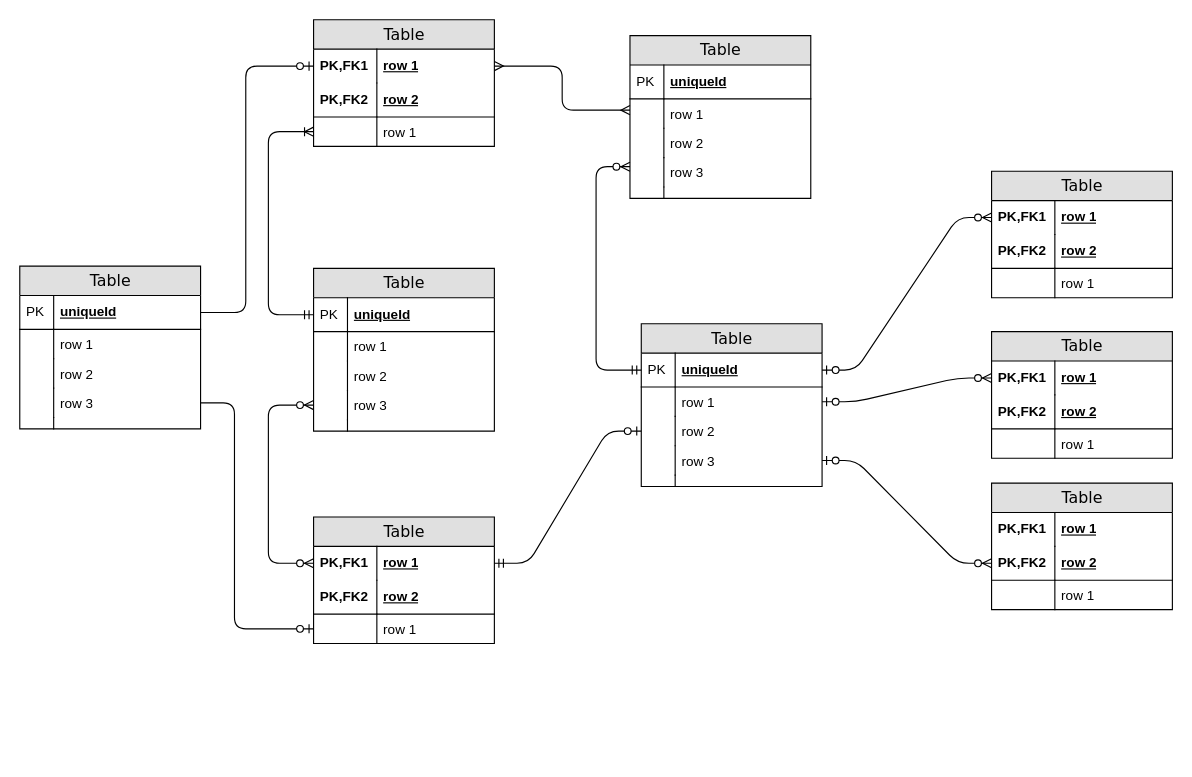
Earlier version of the draw.io diagram Untitled Diagram.drawio (powerless123/test). Source tidied: cells renumbered, new cells numbered last; positions are measured from the earlier drawing's top-left corner, leaving out a move shared by most shapes. Both pictures are drawn from the tidied source at 113%, with x=0, y=0 at pixel (19, 19).
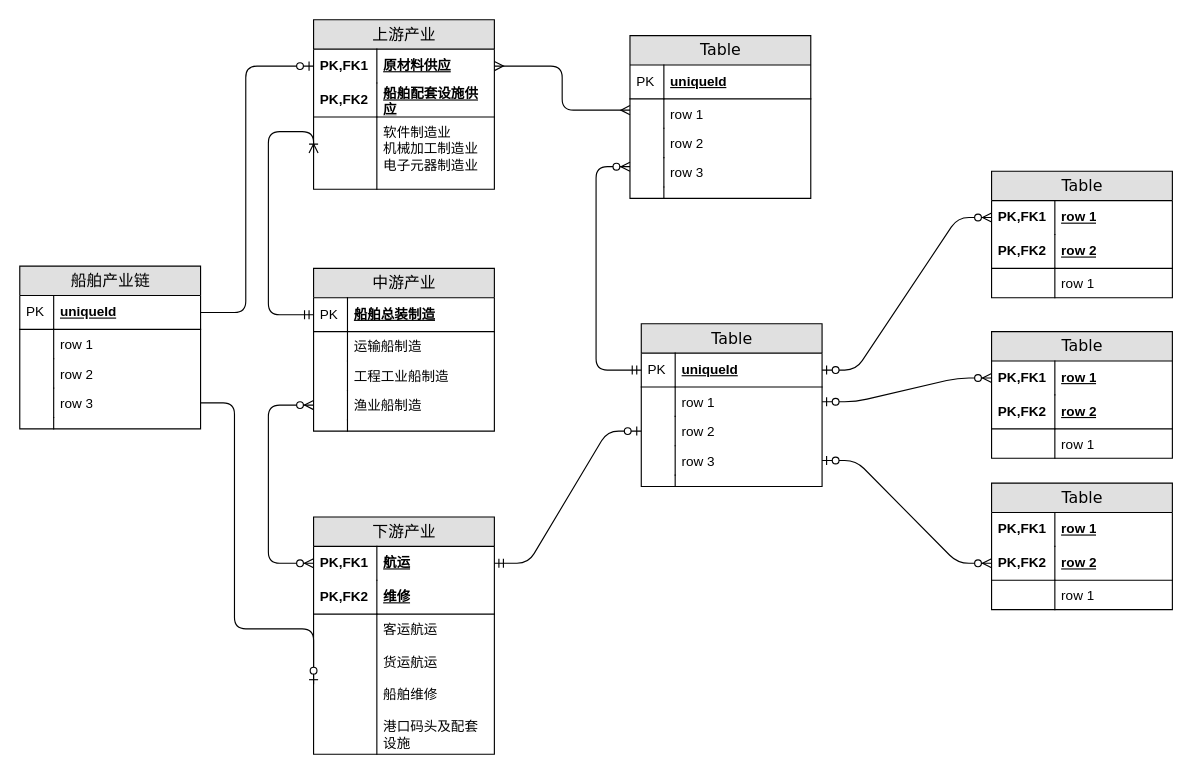
Above is the later version.

Change to the diagram source:
```diff
@@
-    <mxCell id="2" value="Table" style="swimlane;html=1;fontStyle=0;horizontal=1;startSize=26;fillColor=#e0e0e0;swimlaneFillColor=#ffffff;align=center;rounded=0;shadow=0;comic=0;labelBackgroundColor=none;strokeWidth=1;fontFamily=Verdana;fontSize=14;" parent="1" vertex="1">
-      <mxGeometry x="260" width="160" height="112" as="geometry" />
+    <mxCell id="2" value="上游产业" style="swimlane;html=1;fontStyle=0;horizontal=1;startSize=26;fillColor=#e0e0e0;swimlaneFillColor=#ffffff;align=center;rounded=0;shadow=0;comic=0;labelBackgroundColor=none;strokeWidth=1;fontFamily=Verdana;fontSize=14;" parent="1" vertex="1">
+      <mxGeometry x="260" width="160" height="150" as="geometry" />
     </mxCell>
-    <mxCell id="3" value="row 1" style="shape=partialRectangle;top=0;left=0;right=0;bottom=0;html=1;align=left;verticalAlign=middle;fillColor=none;spacingLeft=60;spacingRight=4;whiteSpace=wrap;overflow=hidden;points=[[0,0.5],[1,0.5]];portConstraint=eastwest;fontStyle=5;" parent="2" vertex="1">
+    <mxCell id="3" value="原材料供应" style="shape=partialRectangle;top=0;left=0;right=0;bottom=0;html=1;align=left;verticalAlign=middle;fillColor=none;spacingLeft=60;spacingRight=4;whiteSpace=wrap;overflow=hidden;points=[[0,0.5],[1,0.5]];portConstraint=eastwest;fontStyle=5;" parent="2" vertex="1">
       <mxGeometry y="26" width="160" height="30" as="geometry" />
     </mxCell>
@@
-    <mxCell id="5" value="row 2" style="shape=partialRectangle;top=0;left=0;right=0;bottom=1;html=1;align=left;verticalAlign=middle;fillColor=none;spacingLeft=60;spacingRight=4;whiteSpace=wrap;overflow=hidden;fontStyle=5;" parent="2" vertex="1">
+    <mxCell id="5" value="船舶配套设施供应" style="shape=partialRectangle;top=0;left=0;right=0;bottom=1;html=1;align=left;verticalAlign=middle;fillColor=none;spacingLeft=60;spacingRight=4;whiteSpace=wrap;overflow=hidden;fontStyle=5;" parent="2" vertex="1">
       <mxGeometry y="56" width="160" height="30" as="geometry" />
     </mxCell>
@@
-    <mxCell id="7" value="row 1" style="shape=partialRectangle;top=0;left=0;right=0;bottom=0;html=1;align=left;verticalAlign=top;fillColor=none;spacingLeft=60;spacingRight=4;whiteSpace=wrap;overflow=hidden;points=[[0,0.5],[1,0.5]];portConstraint=eastwest;" parent="2" vertex="1">
-      <mxGeometry y="86" width="160" height="26" as="geometry" />
+    <mxCell id="7" value="软件制造业&lt;br&gt;机械加工制造业&lt;br&gt;电子元器制造业" style="shape=partialRectangle;top=0;left=0;right=0;bottom=0;html=1;align=left;verticalAlign=top;fillColor=none;spacingLeft=60;spacingRight=4;whiteSpace=wrap;overflow=hidden;points=[[0,0.5],[1,0.5]];portConstraint=eastwest;" parent="2" vertex="1">
+      <mxGeometry y="86" width="160" height="64" as="geometry" />
     </mxCell>
     <mxCell id="8" style="shape=partialRectangle;top=0;left=0;bottom=0;html=1;fillColor=none;align=left;verticalAlign=top;spacingLeft=4;spacingRight=4;whiteSpace=wrap;overflow=hidden;" parent="7" vertex="1">
-      <mxGeometry width="56" height="26" as="geometry" />
+      <mxGeometry width="56" height="64" as="geometry" />
     </mxCell>
@@
-    <mxCell id="20" value="Table" style="swimlane;html=1;fontStyle=0;horizontal=1;startSize=26;fillColor=#e0e0e0;swimlaneFillColor=#ffffff;align=center;rounded=0;shadow=0;comic=0;labelBackgroundColor=none;strokeWidth=1;fontFamily=Verdana;fontSize=14;" parent="1" vertex="1">
+    <mxCell id="20" value="中游产业" style="swimlane;html=1;fontStyle=0;horizontal=1;startSize=26;fillColor=#e0e0e0;swimlaneFillColor=#ffffff;align=center;rounded=0;shadow=0;comic=0;labelBackgroundColor=none;strokeWidth=1;fontFamily=Verdana;fontSize=14;" parent="1" vertex="1">
       <mxGeometry x="260" y="220" width="160" height="144" as="geometry" />
     </mxCell>
-    <mxCell id="21" value="uniqueId" style="shape=partialRectangle;top=0;left=0;right=0;bottom=1;html=1;align=left;verticalAlign=middle;fillColor=none;spacingLeft=34;spacingRight=4;whiteSpace=wrap;overflow=hidden;points=[[0,0.5],[1,0.5]];portConstraint=eastwest;fontStyle=5;" parent="20" vertex="1">
+    <mxCell id="21" value="船舶总装制造" style="shape=partialRectangle;top=0;left=0;right=0;bottom=1;html=1;align=left;verticalAlign=middle;fillColor=none;spacingLeft=34;spacingRight=4;whiteSpace=wrap;overflow=hidden;points=[[0,0.5],[1,0.5]];portConstraint=eastwest;fontStyle=5;" parent="20" vertex="1">
       <mxGeometry y="26" width="160" height="30" as="geometry" />
     </mxCell>
@@
-    <mxCell id="23" value="row 1" style="shape=partialRectangle;top=0;left=0;right=0;bottom=0;html=1;align=left;verticalAlign=top;fillColor=none;spacingLeft=34;spacingRight=4;whiteSpace=wrap;overflow=hidden;" parent="20" vertex="1">
+    <mxCell id="23" value="运输船制造" style="shape=partialRectangle;top=0;left=0;right=0;bottom=0;html=1;align=left;verticalAlign=top;fillColor=none;spacingLeft=34;spacingRight=4;whiteSpace=wrap;overflow=hidden;" parent="20" vertex="1">
       <mxGeometry y="56" width="160" height="26" as="geometry" />
     </mxCell>
@@
-    <mxCell id="25" value="row 2" style="shape=partialRectangle;top=0;left=0;right=0;bottom=0;html=1;align=left;verticalAlign=top;fillColor=none;spacingLeft=34;spacingRight=4;whiteSpace=wrap;overflow=hidden;" parent="20" vertex="1">
+    <mxCell id="25" value="工程工业船制造" style="shape=partialRectangle;top=0;left=0;right=0;bottom=0;html=1;align=left;verticalAlign=top;fillColor=none;spacingLeft=34;spacingRight=4;whiteSpace=wrap;overflow=hidden;" parent="20" vertex="1">
       <mxGeometry y="82" width="160" height="26" as="geometry" />
     </mxCell>
@@
-    <mxCell id="27" value="row 3" style="shape=partialRectangle;top=0;left=0;right=0;bottom=0;html=1;align=left;verticalAlign=top;fillColor=none;spacingLeft=34;spacingRight=4;whiteSpace=wrap;overflow=hidden;points=[[0,0.5],[1,0.5]];portConstraint=eastwest;" parent="20" vertex="1">
+    <mxCell id="27" value="渔业船制造" style="shape=partialRectangle;top=0;left=0;right=0;bottom=0;html=1;align=left;verticalAlign=top;fillColor=none;spacingLeft=34;spacingRight=4;whiteSpace=wrap;overflow=hidden;points=[[0,0.5],[1,0.5]];portConstraint=eastwest;" parent="20" vertex="1">
       <mxGeometry y="108" width="160" height="26" as="geometry" />
     </mxCell>
@@
-    <mxCell id="49" value="Table" style="swimlane;html=1;fontStyle=0;horizontal=1;startSize=26;fillColor=#e0e0e0;swimlaneFillColor=#ffffff;align=center;rounded=0;shadow=0;comic=0;labelBackgroundColor=none;strokeWidth=1;fontFamily=Verdana;fontSize=14;" parent="1" vertex="1">
-      <mxGeometry x="260" y="440" width="160" height="112" as="geometry" />
+    <mxCell id="49" value="下游产业" style="swimlane;html=1;fontStyle=0;horizontal=1;startSize=26;fillColor=#e0e0e0;swimlaneFillColor=#ffffff;align=center;rounded=0;shadow=0;comic=0;labelBackgroundColor=none;strokeWidth=1;fontFamily=Verdana;fontSize=14;" parent="1" vertex="1">
+      <mxGeometry x="260" y="440" width="160" height="210" as="geometry" />
     </mxCell>
-    <mxCell id="50" value="row 1" style="shape=partialRectangle;top=0;left=0;right=0;bottom=0;html=1;align=left;verticalAlign=middle;fillColor=none;spacingLeft=60;spacingRight=4;whiteSpace=wrap;overflow=hidden;points=[[0,0.5],[1,0.5]];portConstraint=eastwest;fontStyle=5;" parent="49" vertex="1">
+    <mxCell id="50" value="航运" style="shape=partialRectangle;top=0;left=0;right=0;bottom=0;html=1;align=left;verticalAlign=middle;fillColor=none;spacingLeft=60;spacingRight=4;whiteSpace=wrap;overflow=hidden;points=[[0,0.5],[1,0.5]];portConstraint=eastwest;fontStyle=5;" parent="49" vertex="1">
       <mxGeometry y="26" width="160" height="30" as="geometry" />
     </mxCell>
@@
-    <mxCell id="52" value="row 2" style="shape=partialRectangle;top=0;left=0;right=0;bottom=1;html=1;align=left;verticalAlign=middle;fillColor=none;spacingLeft=60;spacingRight=4;whiteSpace=wrap;overflow=hidden;fontStyle=5;" parent="49" vertex="1">
+    <mxCell id="52" value="维修" style="shape=partialRectangle;top=0;left=0;right=0;bottom=1;html=1;align=left;verticalAlign=middle;fillColor=none;spacingLeft=60;spacingRight=4;whiteSpace=wrap;overflow=hidden;fontStyle=5;" parent="49" vertex="1">
       <mxGeometry y="56" width="160" height="30" as="geometry" />
     </mxCell>
@@
-    <mxCell id="54" value="row 1" style="shape=partialRectangle;top=0;left=0;right=0;bottom=0;html=1;align=left;verticalAlign=top;fillColor=none;spacingLeft=60;spacingRight=4;whiteSpace=wrap;overflow=hidden;points=[[0,0.5],[1,0.5]];portConstraint=eastwest;" parent="49" vertex="1">
-      <mxGeometry y="86" width="160" height="26" as="geometry" />
+    <mxCell id="54" value="客运航运&lt;br&gt;&lt;br&gt;货运航运&lt;br&gt;&lt;br&gt;船舶维修&lt;br&gt;&lt;br&gt;港口码头及配套设施" style="shape=partialRectangle;top=0;left=0;right=0;bottom=0;html=1;align=left;verticalAlign=top;fillColor=none;spacingLeft=60;spacingRight=4;whiteSpace=wrap;overflow=hidden;points=[[0,0.5],[1,0.5]];portConstraint=eastwest;" parent="49" vertex="1">
+      <mxGeometry y="86" width="160" height="124" as="geometry" />
     </mxCell>
     <mxCell id="55" style="shape=partialRectangle;top=0;left=0;bottom=0;html=1;fillColor=none;align=left;verticalAlign=top;spacingLeft=4;spacingRight=4;whiteSpace=wrap;overflow=hidden;" parent="54" vertex="1">
-      <mxGeometry width="56" height="26" as="geometry" />
+      <mxGeometry width="56" height="124" as="geometry" />
     </mxCell>
@@
-    <mxCell id="78" value="Table" style="swimlane;html=1;fontStyle=0;horizontal=1;startSize=26;fillColor=#e0e0e0;swimlaneFillColor=#ffffff;align=center;rounded=0;shadow=0;comic=0;labelBackgroundColor=none;strokeWidth=1;fontFamily=Verdana;fontSize=14;" parent="1" vertex="1">
+    <mxCell id="78" value="船舶产业链" style="swimlane;html=1;fontStyle=0;horizontal=1;startSize=26;fillColor=#e0e0e0;swimlaneFillColor=#ffffff;align=center;rounded=0;shadow=0;comic=0;labelBackgroundColor=none;strokeWidth=1;fontFamily=Verdana;fontSize=14;" parent="1" vertex="1">
       <mxGeometry y="218" width="160" height="144" as="geometry" />
     </mxCell>
```
